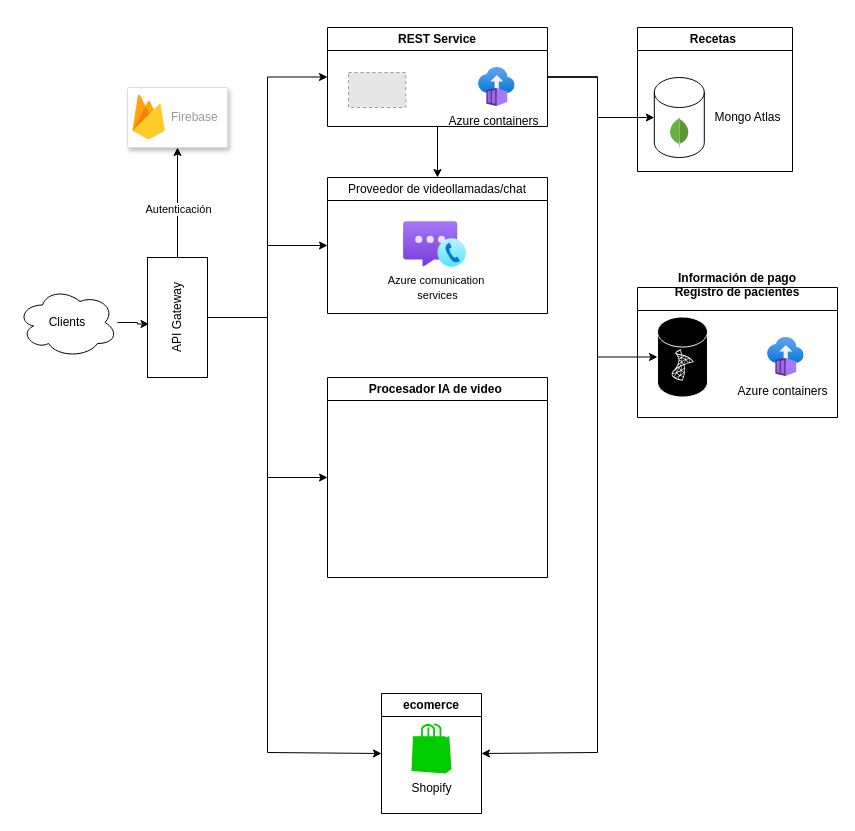
Josue-Echeverria/ProyectoDiseno keeps this draw.io diagram as diseño de arquitectura.drawio. Above is the earlier version. Source tidied: cells renumbered, new cells numbered last; positions are measured from the earlier drawing's top-left corner, leaving out a move shared by most shapes. Both pictures are drawn from the tidied source at 100%, with x=0, y=0 at pixel (17, 27). Pictures stored in the file or linked from it are replaced by grey dashed boxes.
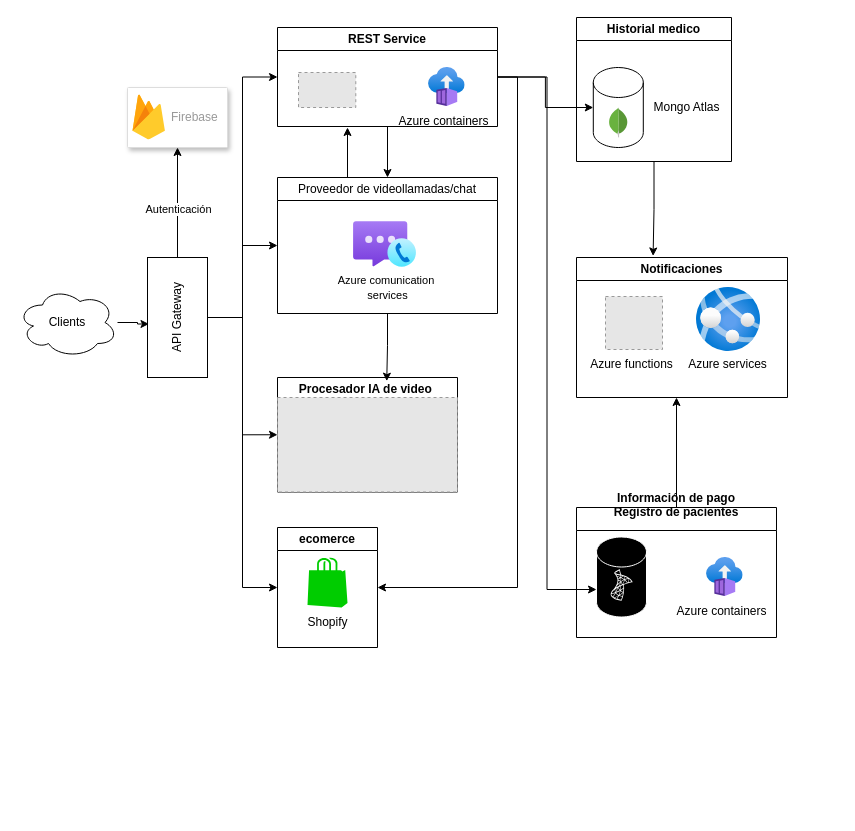
Above is the later version.

Unchanged cells that the change refers to:
```xml
<mxCell id="9" value="API Gateway" style="rounded=0;whiteSpace=wrap;html=1;rotation=-90;" parent="1" vertex="1">
  <mxGeometry x="100" y="260" width="120" height="60" as="geometry" />
</mxCell>
<mxCell id="34" style="shape=cylinder3;whiteSpace=wrap;html=1;boundedLbl=1;backgroundOutline=1;size=15;fillColor=#000000;gradientColor=none;strokeColor=#FFFFFF;" parent="33" vertex="1">
  <mxGeometry x="20" width="50" height="80" as="geometry" />
</mxCell>
<mxCell id="38" style="shape=cylinder3;whiteSpace=wrap;html=1;boundedLbl=1;backgroundOutline=1;size=15;" parent="37" vertex="1">
  <mxGeometry width="50" height="80" as="geometry" />
</mxCell>
```

What changed in the source:
```diff
@@
-    <mxCell id="5" style="edgeStyle=orthogonalEdgeStyle;rounded=0;jettySize=auto;html=1;entryX=0;entryY=0.5;entryDx=0;entryDy=0;" parent="1" edge="1" source="9" target="18">
-      <mxGeometry relative="1" as="geometry">
-        <Array as="points">
-          <mxPoint x="250" y="290" />
-          <mxPoint x="250" y="725" />
-        </Array>
-      </mxGeometry>
-    </mxCell>
@@
+    <mxCell id="5" style="edgeStyle=orthogonalEdgeStyle;rounded=0;jettySize=auto;html=1;entryX=0;entryY=0.5;entryDx=0;entryDy=0;" parent="1" edge="1" source="9" target="18">
+      <mxGeometry relative="1" as="geometry" />
+    </mxCell>
@@
+    <mxCell id="41" style="edgeStyle=orthogonalEdgeStyle;rounded=0;orthogonalLoop=1;jettySize=auto;html=1;" parent="1" edge="1">
+      <mxGeometry relative="1" as="geometry">
+        <mxPoint x="330" y="150" as="sourcePoint" />
+        <mxPoint x="330" y="100" as="targetPoint" />
+      </mxGeometry>
+    </mxCell>
     <mxCell id="10" value="&lt;span style=&quot;font-weight: 400;&quot;&gt;Proveedor de videollamadas/chat&lt;/span&gt;" style="swimlane;whiteSpace=wrap;html=1;" parent="1" vertex="1">
-      <mxGeometry x="310" y="150" width="220" height="136" as="geometry" />
+      <mxGeometry x="260" y="150" width="220" height="136" as="geometry" />
     </mxCell>
@@
     <mxCell id="13" style="edgeStyle=orthogonalEdgeStyle;rounded=0;jettySize=auto;html=1;entryX=1;entryY=0.5;entryDx=0;entryDy=0;" parent="1" edge="1" source="15" target="18">
       <mxGeometry relative="1" as="geometry">
         <Array as="points">
-          <mxPoint x="580" y="50" />
-          <mxPoint x="580" y="725" />
+          <mxPoint x="500" y="49" />
+          <mxPoint x="500" y="560" />
         </Array>
       </mxGeometry>
     </mxCell>
@@
     <mxCell id="15" value="REST Service" style="swimlane;whiteSpace=wrap;html=1;" parent="1" vertex="1">
-      <mxGeometry x="310" width="220" height="99" as="geometry" />
+      <mxGeometry x="260" width="220" height="99" as="geometry" />
     </mxCell>
@@
     <mxCell id="18" value="ecomerce" style="swimlane;whiteSpace=wrap;html=1;startSize=23;" parent="1" vertex="1">
-      <mxGeometry x="364" y="666" width="100" height="120" as="geometry" />
+      <mxGeometry x="260" y="500" width="100" height="120" as="geometry" />
     </mxCell>
@@
     <mxCell id="21" value="Procesador IA de video&amp;nbsp;" style="swimlane;whiteSpace=wrap;html=1;" parent="1" vertex="1">
-      <mxGeometry x="310" y="350" width="220" height="200" as="geometry" />
+      <mxGeometry x="260" y="350" width="180" height="114.5" as="geometry" />
     </mxCell>
-    <mxCell id="22" style="edgeStyle=orthogonalEdgeStyle;rounded=0;jettySize=auto;html=1;entryX=0;entryY=0.5;entryDx=0;entryDy=0;entryPerimeter=0;" parent="1" edge="1" source="15" target="38">
-      <mxGeometry relative="1" as="geometry">
-        <Array as="points">
-          <mxPoint x="580" y="50" />
-          <mxPoint x="580" y="90" />
-        </Array>
-      </mxGeometry>
-    </mxCell>
-    <mxCell id="23" style="edgeStyle=orthogonalEdgeStyle;rounded=0;jettySize=auto;html=1;entryX=0;entryY=0.5;entryDx=0;entryDy=0;entryPerimeter=0;" parent="1" edge="1" source="15" target="34">
-      <mxGeometry relative="1" as="geometry">
-        <Array as="points">
-          <mxPoint x="580" y="50" />
-          <mxPoint x="580" y="330" />
-        </Array>
-      </mxGeometry>
-    </mxCell>
+    <mxCell id="42" style="fillColor=#E6E6E6;strokeColor=#999999;dashed=1;verticalLabelPosition=bottom;labelBackgroundColor=default;verticalAlign=top;" parent="21" vertex="1">
+      <mxGeometry y="20" width="180" height="94.5" as="geometry" />
+    </mxCell>
@@
     <mxCell id="26" style="group;" parent="1" vertex="1">
-      <mxGeometry x="421" y="40" width="110" height="69" as="geometry" />
+      <mxGeometry x="371" y="40" width="110" height="69" as="geometry" />
     </mxCell>
@@
+    <mxCell id="43" style="edgeStyle=orthogonalEdgeStyle;rounded=0;jettySize=auto;html=1;" parent="1" edge="1" source="29">
+      <mxGeometry relative="1" as="geometry">
+        <mxPoint x="659" y="370" as="targetPoint" />
+      </mxGeometry>
+    </mxCell>
     <mxCell id="29" value="Información de pago&lt;br&gt;Registro de pacientes&lt;div&gt;&lt;br&gt;&lt;div&gt;&lt;br&gt;&lt;/div&gt;&lt;/div&gt;" style="swimlane;whiteSpace=wrap;html=1;" parent="1" vertex="1">
-      <mxGeometry x="620" y="260" width="200" height="130" as="geometry" />
+      <mxGeometry x="559" y="480" width="200" height="130" as="geometry" />
     </mxCell>
@@
-    <mxCell id="36" value="Recetas&amp;nbsp;" style="swimlane;whiteSpace=wrap;html=1;" parent="1" vertex="1">
-      <mxGeometry x="620" width="155" height="144" as="geometry" />
+    <mxCell id="36" value="Historial medico" style="swimlane;whiteSpace=wrap;html=1;startSize=23;" parent="1" vertex="1">
+      <mxGeometry x="559" y="-10" width="155" height="144" as="geometry" />
     </mxCell>
@@
+    <mxCell id="44" style="edgeStyle=orthogonalEdgeStyle;rounded=0;jettySize=auto;html=1;entryX=0.607;entryY=0.032;entryDx=0;entryDy=0;entryPerimeter=0;" parent="1" edge="1" source="10" target="21">
+      <mxGeometry relative="1" as="geometry" />
+    </mxCell>
+    <mxCell id="45" value="Notificaciones" style="swimlane;whiteSpace=wrap;html=1;" parent="1" vertex="1">
+      <mxGeometry x="559" y="230" width="211" height="140" as="geometry" />
+    </mxCell>
+    <mxCell id="46" style="group;" parent="45" vertex="1">
+      <mxGeometry y="39" width="110" height="82.9" as="geometry" />
+    </mxCell>
+    <mxCell id="47" style="fillColor=#E6E6E6;strokeColor=#999999;dashed=1;verticalLabelPosition=bottom;labelBackgroundColor=#ffffff;verticalAlign=top;" parent="46" vertex="1">
+      <mxGeometry x="29" width="57" height="53" as="geometry" />
+    </mxCell>
+    <mxCell id="48" value="Azure functions" style="text;html=1;align=center;verticalAlign=middle;strokeColor=none;fillColor=none;" parent="46" vertex="1">
+      <mxGeometry y="52.9" width="110" height="30" as="geometry" />
+    </mxCell>
+    <mxCell id="49" value="Azure services" style="text;html=1;align=center;verticalAlign=middle;strokeColor=none;fillColor=none;" parent="45" vertex="1">
+      <mxGeometry x="101" y="91.9" width="100" height="30" as="geometry" />
+    </mxCell>
+    <mxCell id="50" style="image;html=1;align=center;fontSize=12;image=img/lib/azure2/app_services/App_Services.svg;" parent="45" vertex="1">
+      <mxGeometry x="120" y="30" width="64" height="64" as="geometry" />
+    </mxCell>
+    <mxCell id="51" style="edgeStyle=orthogonalEdgeStyle;rounded=0;jettySize=auto;html=1;entryX=0.363;entryY=-0.011;entryDx=0;entryDy=0;entryPerimeter=0;" parent="1" edge="1" source="36" target="45">
+      <mxGeometry relative="1" as="geometry" />
+    </mxCell>
+    <mxCell id="22" style="edgeStyle=orthogonalEdgeStyle;rounded=0;jettySize=auto;html=1;entryX=0;entryY=0.5;entryDx=0;entryDy=0;entryPerimeter=0;" parent="1" edge="1" source="15" target="38">
+      <mxGeometry relative="1" as="geometry" />
+    </mxCell>
+    <mxCell id="23" style="edgeStyle=orthogonalEdgeStyle;rounded=0;jettySize=auto;html=1;entryX=0;entryY=0;entryDx=0;entryDy=52.5;entryPerimeter=0;" parent="1" edge="1" source="15" target="34">
+      <mxGeometry relative="1" as="geometry" />
+    </mxCell>
```
